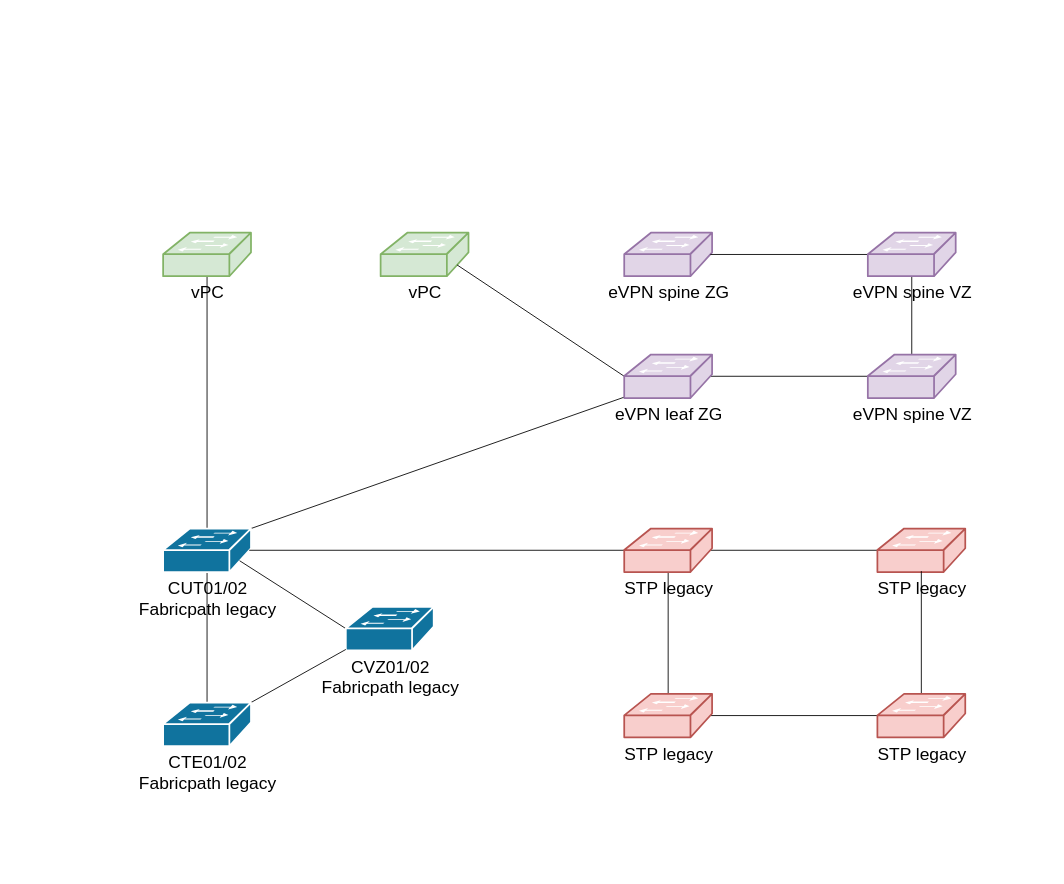
This is DCnow.drawio from Kublach/OpenWRT, a draw.io file, before an edit. Source tidied: cells renumbered, new cells numbered last; positions are measured from the earlier drawing's top-left corner, leaving out a move shared by most shapes. Both pictures are drawn from the tidied source at 87%, with x=0, y=0 at pixel (163, 232).
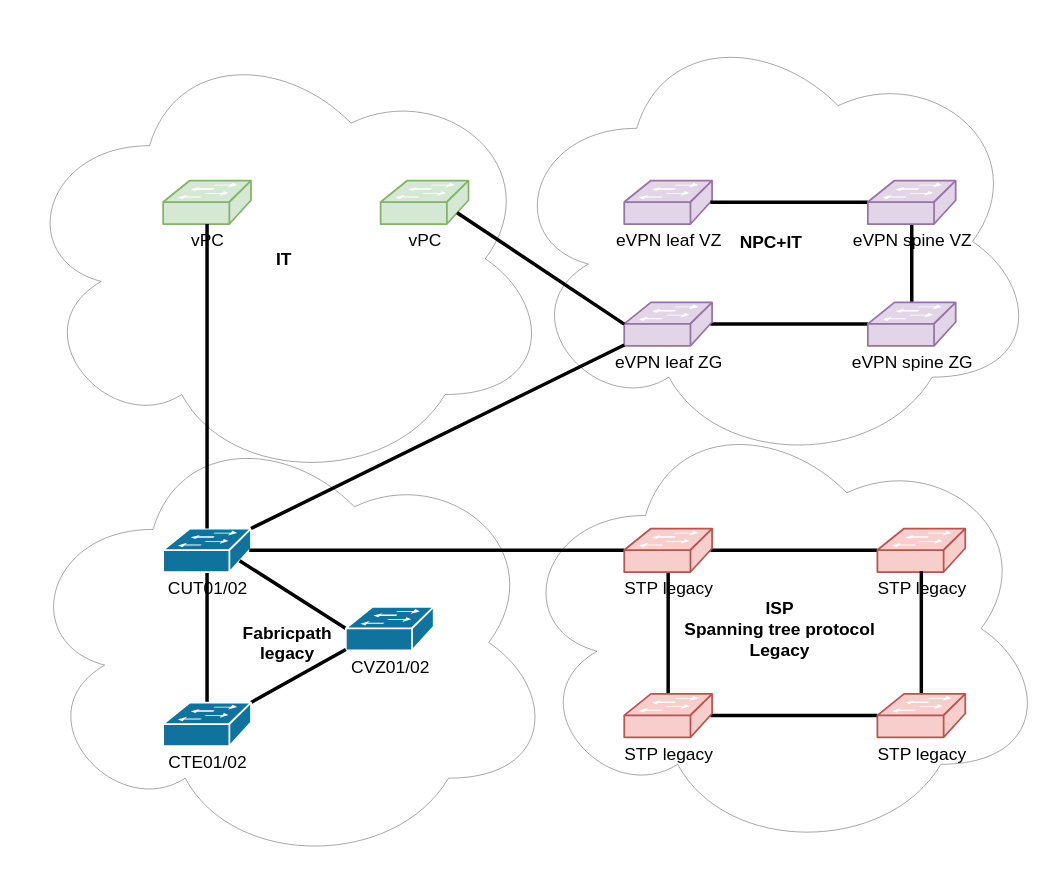
The same diagram, later.

Unchanged cells that the change refers to:
```xml
<mxCell id="7" value="STP legacy" style="shape=mxgraph.cisco.switches.workgroup_switch;html=1;dashed=0;fillColor=#f8cecc;strokeColor=#b85450;strokeWidth=2;verticalLabelPosition=bottom;verticalAlign=top;fontFamily=Helvetica;fontSize=20;" parent="1" vertex="1">
  <mxGeometry x="821" y="340" width="101" height="50" as="geometry" />
</mxCell>
<mxCell id="10" value="STP legacy" style="shape=mxgraph.cisco.switches.workgroup_switch;html=1;dashed=0;fillColor=#f8cecc;strokeColor=#b85450;strokeWidth=2;verticalLabelPosition=bottom;verticalAlign=top;fontFamily=Helvetica;fontSize=20;" parent="1" vertex="1">
  <mxGeometry x="530" y="340" width="101" height="50" as="geometry" />
</mxCell>
<mxCell id="12" value="STP legacy" style="shape=mxgraph.cisco.switches.workgroup_switch;html=1;dashed=0;fillColor=#f8cecc;strokeColor=#b85450;strokeWidth=2;verticalLabelPosition=bottom;verticalAlign=top;fontFamily=Helvetica;fontSize=20;" parent="1" vertex="1">
  <mxGeometry x="530" y="530" width="101" height="50" as="geometry" />
</mxCell>
<mxCell id="14" value="STP legacy" style="shape=mxgraph.cisco.switches.workgroup_switch;html=1;dashed=0;fillColor=#f8cecc;strokeColor=#b85450;strokeWidth=2;verticalLabelPosition=bottom;verticalAlign=top;fontFamily=Helvetica;fontSize=20;" parent="1" vertex="1">
  <mxGeometry x="821" y="530" width="101" height="50" as="geometry" />
</mxCell>
```

Change to the diagram source:
```diff
@@
+    <mxCell id="29" value="IT" style="ellipse;shape=cloud;whiteSpace=wrap;html=1;opacity=40;fontStyle=1;fontSize=20;" parent="1" vertex="1">
+      <mxGeometry x="-170" y="-230" width="617.5" height="520" as="geometry" />
+    </mxCell>
+    <mxCell id="30" value="NPC+IT" style="ellipse;shape=cloud;whiteSpace=wrap;html=1;opacity=40;fontStyle=1;fontSize=20;" parent="1" vertex="1">
+      <mxGeometry x="390" y="-250" width="617.5" height="520" as="geometry" />
+    </mxCell>
+    <mxCell id="31" value="ISP&lt;br&gt;Spanning tree protocol&lt;br&gt;Legacy" style="ellipse;shape=cloud;whiteSpace=wrap;html=1;opacity=40;fontStyle=1;fontSize=20;" parent="1" vertex="1">
+      <mxGeometry x="400" y="195" width="617.5" height="520" as="geometry" />
+    </mxCell>
+    <mxCell id="32" value="Fabricpath&lt;br&gt;legacy" style="ellipse;shape=cloud;whiteSpace=wrap;html=1;opacity=40;fontStyle=1;fontSize=20;" parent="1" vertex="1">
+      <mxGeometry x="-166" y="211" width="617.5" height="520" as="geometry" />
+    </mxCell>
-    <mxCell id="2" style="rounded=0;jettySize=auto;html=1;exitX=0.5;exitY=0.98;exitDx=0;exitDy=0;exitPerimeter=0;entryX=0.5;entryY=0;entryDx=0;entryDy=0;entryPerimeter=0;endArrow=none;endFill=0;" parent="1" edge="1" source="5" target="20">
+    <mxCell id="2" style="rounded=0;jettySize=auto;html=1;exitX=0.5;exitY=0.98;exitDx=0;exitDy=0;exitPerimeter=0;entryX=0.5;entryY=0;entryDx=0;entryDy=0;entryPerimeter=0;endArrow=none;endFill=0;strokeWidth=4;" parent="1" edge="1" source="5" target="20">
       <mxGeometry relative="1" as="geometry" />
     </mxCell>
@@
-    <mxCell id="5" value="CUT01/02&lt;br&gt;Fabricpath legacy" style="shape=mxgraph.cisco.switches.workgroup_switch;html=1;dashed=0;fillColor=#10739E;strokeColor=#ffffff;strokeWidth=2;verticalLabelPosition=bottom;verticalAlign=top;fontFamily=Helvetica;fontSize=20;fontColor=#000000;" parent="1" vertex="1">
+    <mxCell id="5" value="CUT01/02&lt;br&gt;" style="shape=mxgraph.cisco.switches.workgroup_switch;html=1;dashed=0;fillColor=#10739E;strokeColor=#ffffff;strokeWidth=2;verticalLabelPosition=bottom;verticalAlign=top;fontFamily=Helvetica;fontSize=20;fontColor=#000000;" parent="1" vertex="1">
       <mxGeometry y="340" width="101" height="50" as="geometry" />
     </mxCell>
-    <mxCell id="6" style="edgeStyle=none;rounded=0;jettySize=auto;html=1;exitX=0;exitY=0.5;exitDx=0;exitDy=0;exitPerimeter=0;entryX=0.98;entryY=0.5;entryDx=0;entryDy=0;entryPerimeter=0;endArrow=none;endFill=0;" parent="1" edge="1" source="7" target="10">
+    <mxCell id="6" style="edgeStyle=none;rounded=0;jettySize=auto;html=1;exitX=0;exitY=0.5;exitDx=0;exitDy=0;exitPerimeter=0;entryX=0.98;entryY=0.5;entryDx=0;entryDy=0;entryPerimeter=0;endArrow=none;endFill=0;strokeWidth=4;" parent="1" edge="1" source="7" target="10">
       <mxGeometry relative="1" as="geometry" />
     </mxCell>
@@
-    <mxCell id="8" style="edgeStyle=none;rounded=0;jettySize=auto;html=1;exitX=0;exitY=0.5;exitDx=0;exitDy=0;exitPerimeter=0;entryX=0.98;entryY=0.5;entryDx=0;entryDy=0;entryPerimeter=0;endArrow=none;endFill=0;" parent="1" edge="1" source="10" target="5">
+    <mxCell id="8" style="edgeStyle=none;rounded=0;jettySize=auto;html=1;exitX=0;exitY=0.5;exitDx=0;exitDy=0;exitPerimeter=0;entryX=0.98;entryY=0.5;entryDx=0;entryDy=0;entryPerimeter=0;endArrow=none;endFill=0;strokeWidth=4;" parent="1" edge="1" source="10" target="5">
       <mxGeometry relative="1" as="geometry" />
     </mxCell>
-    <mxCell id="9" style="edgeStyle=none;rounded=0;jettySize=auto;html=1;exitX=0.5;exitY=0.98;exitDx=0;exitDy=0;exitPerimeter=0;entryX=0.5;entryY=0;entryDx=0;entryDy=0;entryPerimeter=0;endArrow=none;endFill=0;" parent="1" edge="1" source="10" target="12">
+    <mxCell id="9" style="edgeStyle=none;rounded=0;jettySize=auto;html=1;exitX=0.5;exitY=0.98;exitDx=0;exitDy=0;exitPerimeter=0;entryX=0.5;entryY=0;entryDx=0;entryDy=0;entryPerimeter=0;endArrow=none;endFill=0;strokeWidth=4;" parent="1" edge="1" source="10" target="12">
       <mxGeometry relative="1" as="geometry" />
     </mxCell>
@@
-    <mxCell id="11" style="edgeStyle=none;rounded=0;jettySize=auto;html=1;exitX=0.98;exitY=0.5;exitDx=0;exitDy=0;exitPerimeter=0;entryX=0;entryY=0.5;entryDx=0;entryDy=0;entryPerimeter=0;endArrow=none;endFill=0;" parent="1" edge="1" source="12" target="14">
+    <mxCell id="11" style="edgeStyle=none;rounded=0;jettySize=auto;html=1;exitX=0.98;exitY=0.5;exitDx=0;exitDy=0;exitPerimeter=0;entryX=0;entryY=0.5;entryDx=0;entryDy=0;entryPerimeter=0;endArrow=none;endFill=0;strokeWidth=4;" parent="1" edge="1" source="12" target="14">
       <mxGeometry relative="1" as="geometry" />
     </mxCell>
@@
-    <mxCell id="13" style="edgeStyle=none;rounded=0;jettySize=auto;html=1;exitX=0.5;exitY=0;exitDx=0;exitDy=0;exitPerimeter=0;entryX=0.5;entryY=0.98;entryDx=0;entryDy=0;entryPerimeter=0;endArrow=none;endFill=0;" parent="1" edge="1" source="14" target="7">
+    <mxCell id="13" style="edgeStyle=none;rounded=0;jettySize=auto;html=1;exitX=0.5;exitY=0;exitDx=0;exitDy=0;exitPerimeter=0;entryX=0.5;entryY=0.98;entryDx=0;entryDy=0;entryPerimeter=0;endArrow=none;endFill=0;strokeWidth=4;" parent="1" edge="1" source="14" target="7">
       <mxGeometry relative="1" as="geometry" />
     </mxCell>
@@
     <mxCell id="15" value="vPC" style="shape=mxgraph.cisco.switches.workgroup_switch;html=1;dashed=0;fillColor=#d5e8d4;strokeColor=#82b366;strokeWidth=2;verticalLabelPosition=bottom;verticalAlign=top;fontFamily=Helvetica;fontSize=20;" parent="1" vertex="1">
-      <mxGeometry width="101" height="50" as="geometry" />
+      <mxGeometry y="-60" width="101" height="50" as="geometry" />
     </mxCell>
     <mxCell id="16" value="vPC" style="shape=mxgraph.cisco.switches.workgroup_switch;html=1;dashed=0;fillColor=#d5e8d4;strokeColor=#82b366;strokeWidth=2;verticalLabelPosition=bottom;verticalAlign=top;fontFamily=Helvetica;fontSize=20;" parent="1" vertex="1">
-      <mxGeometry x="250" width="101" height="50" as="geometry" />
+      <mxGeometry x="250" y="-60" width="101" height="50" as="geometry" />
     </mxCell>
-    <mxCell id="17" style="edgeStyle=none;rounded=0;jettySize=auto;html=1;exitX=0;exitY=0.5;exitDx=0;exitDy=0;exitPerimeter=0;entryX=0.87;entryY=0.74;entryDx=0;entryDy=0;entryPerimeter=0;endArrow=none;endFill=0;" parent="1" edge="1" source="18" target="5">
+    <mxCell id="17" style="edgeStyle=none;rounded=0;jettySize=auto;html=1;exitX=0;exitY=0.5;exitDx=0;exitDy=0;exitPerimeter=0;entryX=0.87;entryY=0.74;entryDx=0;entryDy=0;entryPerimeter=0;endArrow=none;endFill=0;strokeWidth=4;" parent="1" edge="1" source="18" target="5">
       <mxGeometry relative="1" as="geometry" />
     </mxCell>
-    <mxCell id="18" value="CVZ01/02&lt;br&gt;Fabricpath legacy" style="shape=mxgraph.cisco.switches.workgroup_switch;html=1;dashed=0;fillColor=#10739E;strokeColor=#ffffff;strokeWidth=2;verticalLabelPosition=bottom;verticalAlign=top;fontFamily=Helvetica;fontSize=20;fontColor=#000000;" parent="1" vertex="1">
+    <mxCell id="18" value="CVZ01/02&lt;br&gt;" style="shape=mxgraph.cisco.switches.workgroup_switch;html=1;dashed=0;fillColor=#10739E;strokeColor=#ffffff;strokeWidth=2;verticalLabelPosition=bottom;verticalAlign=top;fontFamily=Helvetica;fontSize=20;fontColor=#000000;" parent="1" vertex="1">
       <mxGeometry x="210" y="430" width="101" height="50" as="geometry" />
     </mxCell>
-    <mxCell id="19" style="edgeStyle=none;rounded=0;jettySize=auto;html=1;exitX=1;exitY=0;exitDx=0;exitDy=0;exitPerimeter=0;entryX=0;entryY=0.98;entryDx=0;entryDy=0;entryPerimeter=0;endArrow=none;endFill=0;" parent="1" edge="1" source="20" target="18">
+    <mxCell id="19" style="edgeStyle=none;rounded=0;jettySize=auto;html=1;exitX=1;exitY=0;exitDx=0;exitDy=0;exitPerimeter=0;entryX=0;entryY=0.98;entryDx=0;entryDy=0;entryPerimeter=0;endArrow=none;endFill=0;strokeWidth=4;" parent="1" edge="1" source="20" target="18">
       <mxGeometry relative="1" as="geometry" />
     </mxCell>
-    <mxCell id="20" value="CTE01/02&lt;br&gt;Fabricpath legacy" style="shape=mxgraph.cisco.switches.workgroup_switch;html=1;dashed=0;fillColor=#10739E;strokeColor=#ffffff;strokeWidth=2;verticalLabelPosition=bottom;verticalAlign=top;fontFamily=Helvetica;fontSize=20;fontColor=#000000;" parent="1" vertex="1">
+    <mxCell id="20" value="CTE01/02&lt;br&gt;" style="shape=mxgraph.cisco.switches.workgroup_switch;html=1;dashed=0;fillColor=#10739E;strokeColor=#ffffff;strokeWidth=2;verticalLabelPosition=bottom;verticalAlign=top;fontFamily=Helvetica;fontSize=20;fontColor=#000000;" parent="1" vertex="1">
       <mxGeometry y="540" width="101" height="50" as="geometry" />
     </mxCell>
-    <mxCell id="21" style="edgeStyle=none;rounded=0;jettySize=auto;html=1;exitX=0.98;exitY=0.5;exitDx=0;exitDy=0;exitPerimeter=0;entryX=0;entryY=0.5;entryDx=0;entryDy=0;entryPerimeter=0;endArrow=none;endFill=0;" parent="1" edge="1" source="23" target="25">
+    <mxCell id="21" style="edgeStyle=none;rounded=0;jettySize=auto;html=1;exitX=0.98;exitY=0.5;exitDx=0;exitDy=0;exitPerimeter=0;entryX=0;entryY=0.5;entryDx=0;entryDy=0;entryPerimeter=0;endArrow=none;endFill=0;strokeWidth=4;" parent="1" edge="1" source="23" target="25">
       <mxGeometry relative="1" as="geometry" />
     </mxCell>
@@
     <mxCell id="23" value="eVPN leaf ZG" style="shape=mxgraph.cisco.switches.workgroup_switch;html=1;dashed=0;fillColor=#e1d5e7;strokeColor=#9673a6;strokeWidth=2;verticalLabelPosition=bottom;verticalAlign=top;fontFamily=Helvetica;fontSize=20;" parent="1" vertex="1">
-      <mxGeometry x="530" y="140" width="101" height="50" as="geometry" />
+      <mxGeometry x="530" y="80" width="101" height="50" as="geometry" />
     </mxCell>
-    <mxCell id="24" style="edgeStyle=none;rounded=0;jettySize=auto;html=1;exitX=0.5;exitY=0;exitDx=0;exitDy=0;exitPerimeter=0;entryX=0.5;entryY=0.98;entryDx=0;entryDy=0;entryPerimeter=0;endArrow=none;endFill=0;" parent="1" edge="1" source="25" target="28">
+    <mxCell id="24" style="edgeStyle=none;rounded=0;jettySize=auto;html=1;exitX=0.5;exitY=0;exitDx=0;exitDy=0;exitPerimeter=0;entryX=0.5;entryY=0.98;entryDx=0;entryDy=0;entryPerimeter=0;endArrow=none;endFill=0;strokeWidth=4;" parent="1" edge="1" source="25" target="28">
       <mxGeometry relative="1" as="geometry" />
     </mxCell>
-    <mxCell id="25" value="eVPN spine VZ" style="shape=mxgraph.cisco.switches.workgroup_switch;html=1;dashed=0;fillColor=#e1d5e7;strokeColor=#9673a6;strokeWidth=2;verticalLabelPosition=bottom;verticalAlign=top;fontFamily=Helvetica;fontSize=20;" parent="1" vertex="1">
-      <mxGeometry x="810" y="140" width="101" height="50" as="geometry" />
+    <mxCell id="25" value="eVPN spine ZG" style="shape=mxgraph.cisco.switches.workgroup_switch;html=1;dashed=0;fillColor=#e1d5e7;strokeColor=#9673a6;strokeWidth=2;verticalLabelPosition=bottom;verticalAlign=top;fontFamily=Helvetica;fontSize=20;" parent="1" vertex="1">
+      <mxGeometry x="810" y="80" width="101" height="50" as="geometry" />
     </mxCell>
-    <mxCell id="26" value="eVPN spine ZG" style="shape=mxgraph.cisco.switches.workgroup_switch;html=1;dashed=0;fillColor=#e1d5e7;strokeColor=#9673a6;strokeWidth=2;verticalLabelPosition=bottom;verticalAlign=top;fontFamily=Helvetica;fontSize=20;" parent="1" vertex="1">
-      <mxGeometry x="530" width="101" height="50" as="geometry" />
+    <mxCell id="26" value="eVPN leaf VZ" style="shape=mxgraph.cisco.switches.workgroup_switch;html=1;dashed=0;fillColor=#e1d5e7;strokeColor=#9673a6;strokeWidth=2;verticalLabelPosition=bottom;verticalAlign=top;fontFamily=Helvetica;fontSize=20;" parent="1" vertex="1">
+      <mxGeometry x="530" y="-60" width="101" height="50" as="geometry" />
     </mxCell>
-    <mxCell id="27" style="edgeStyle=none;rounded=0;jettySize=auto;html=1;exitX=0;exitY=0.5;exitDx=0;exitDy=0;exitPerimeter=0;entryX=0.98;entryY=0.5;entryDx=0;entryDy=0;entryPerimeter=0;endArrow=none;endFill=0;" parent="1" edge="1" source="28" target="26">
+    <mxCell id="27" style="edgeStyle=none;rounded=0;jettySize=auto;html=1;exitX=0;exitY=0.5;exitDx=0;exitDy=0;exitPerimeter=0;entryX=0.98;entryY=0.5;entryDx=0;entryDy=0;entryPerimeter=0;endArrow=none;endFill=0;strokeWidth=4;" parent="1" edge="1" source="28" target="26">
       <mxGeometry relative="1" as="geometry" />
     </mxCell>
     <mxCell id="28" value="eVPN spine VZ" style="shape=mxgraph.cisco.switches.workgroup_switch;html=1;dashed=0;fillColor=#e1d5e7;strokeColor=#9673a6;strokeWidth=2;verticalLabelPosition=bottom;verticalAlign=top;fontFamily=Helvetica;fontSize=20;" parent="1" vertex="1">
-      <mxGeometry x="810" width="101" height="50" as="geometry" />
+      <mxGeometry x="810" y="-60" width="101" height="50" as="geometry" />
     </mxCell>
+    <mxCell id="33" style="edgeStyle=none;rounded=0;orthogonalLoop=1;jettySize=auto;html=1;exitX=0.5;exitY=0;exitDx=0;exitDy=0;exitPerimeter=0;endArrow=none;endFill=0;strokeWidth=4;" parent="1" edge="1">
+      <mxGeometry relative="1" as="geometry">
+        <mxPoint x="50.5" y="340" as="sourcePoint" />
+        <mxPoint x="50.5" y="-10" as="targetPoint" />
+      </mxGeometry>
+    </mxCell>
+    <mxCell id="34" style="edgeStyle=none;rounded=0;orthogonalLoop=1;jettySize=auto;html=1;exitX=0;exitY=0.5;exitDx=0;exitDy=0;exitPerimeter=0;entryX=0.87;entryY=0.74;entryDx=0;entryDy=0;entryPerimeter=0;endArrow=none;endFill=0;strokeWidth=4;" parent="1" edge="1">
+      <mxGeometry relative="1" as="geometry">
+        <mxPoint x="530" y="105" as="sourcePoint" />
+        <mxPoint x="337.9" y="-23" as="targetPoint" />
+      </mxGeometry>
+    </mxCell>
+    <mxCell id="35" style="edgeStyle=none;rounded=0;orthogonalLoop=1;jettySize=auto;html=1;exitX=1;exitY=0;exitDx=0;exitDy=0;exitPerimeter=0;entryX=0;entryY=0.98;entryDx=0;entryDy=0;entryPerimeter=0;endArrow=none;endFill=0;strokeWidth=4;" parent="1" edge="1">
+      <mxGeometry relative="1" as="geometry">
+        <mxPoint x="101" y="340" as="sourcePoint" />
+        <mxPoint x="530" y="129" as="targetPoint" />
+      </mxGeometry>
+    </mxCell>
```
